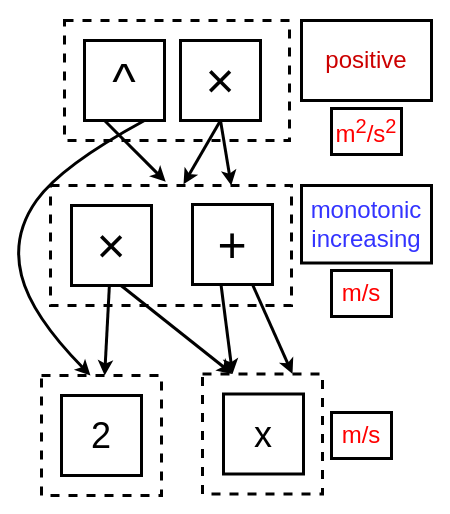
Above: page "info" (9 of 10) of draw/egraph_workshop.drawio in folivetti/egraph_slides (draw.io), before the change. Source tidied: cells renumbered, new cells numbered last; positions are measured from the earlier drawing's top-left corner, leaving out a move shared by most shapes. Both pictures are drawn from the tidied source at 100%, with x=0, y=0 at pixel (11, 20).
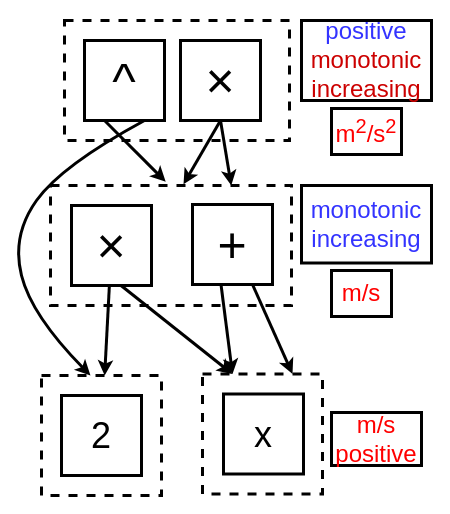
The same page after the edit.

What changed in the source:
```diff
@@
-    <mxCell id="17" value="&lt;span style=&quot;font-size: 24px;&quot;&gt;&lt;font style=&quot;color: rgb(204, 0, 0);&quot;&gt;positive&lt;/font&gt;&lt;/span&gt;" style="rounded=0;whiteSpace=wrap;html=1;strokeColor=light-dark(#000000, #575700);fillColor=none;align=center;strokeWidth=3;" parent="1" vertex="1">
+    <mxCell id="17" value="&lt;span style=&quot;font-size: 24px;&quot;&gt;&lt;font style=&quot;color: rgb(51, 51, 255);&quot;&gt;positive&lt;/font&gt;&lt;/span&gt;&lt;div&gt;&lt;span style=&quot;font-size: 24px;&quot;&gt;&lt;font style=&quot;color: rgb(204, 0, 0);&quot;&gt;monotonic increasing&lt;/font&gt;&lt;/span&gt;&lt;/div&gt;" style="rounded=0;whiteSpace=wrap;html=1;strokeColor=light-dark(#000000, #575700);fillColor=none;align=center;strokeWidth=3;" parent="1" vertex="1">
       <mxGeometry x="290" width="130" height="80" as="geometry" />
     </mxCell>
@@
-    <mxCell id="22" value="&lt;span style=&quot;font-size: 24px;&quot;&gt;&lt;font style=&quot;color: light-dark(rgb(255, 0, 0), rgb(168, 168, 255));&quot;&gt;m/s&lt;/font&gt;&lt;/span&gt;" style="rounded=0;whiteSpace=wrap;html=1;strokeColor=#000000;fillColor=none;align=center;strokeWidth=3;verticalAlign=middle;" parent="1" vertex="1">
-      <mxGeometry x="320" y="392" width="60" height="46" as="geometry" />
+    <mxCell id="22" value="&lt;span style=&quot;font-size: 24px;&quot;&gt;&lt;font style=&quot;color: light-dark(rgb(255, 0, 0), rgb(168, 168, 255));&quot;&gt;m/s&lt;/font&gt;&lt;/span&gt;&lt;div&gt;&lt;span style=&quot;font-size: 24px;&quot;&gt;&lt;font style=&quot;color: light-dark(rgb(255, 0, 0), rgb(168, 168, 255));&quot;&gt;positive&lt;/font&gt;&lt;/span&gt;&lt;/div&gt;" style="rounded=0;whiteSpace=wrap;html=1;strokeColor=#000000;fillColor=none;align=center;strokeWidth=3;verticalAlign=middle;" parent="1" vertex="1">
+      <mxGeometry x="320" y="392" width="90" height="53" as="geometry" />
     </mxCell>
```
